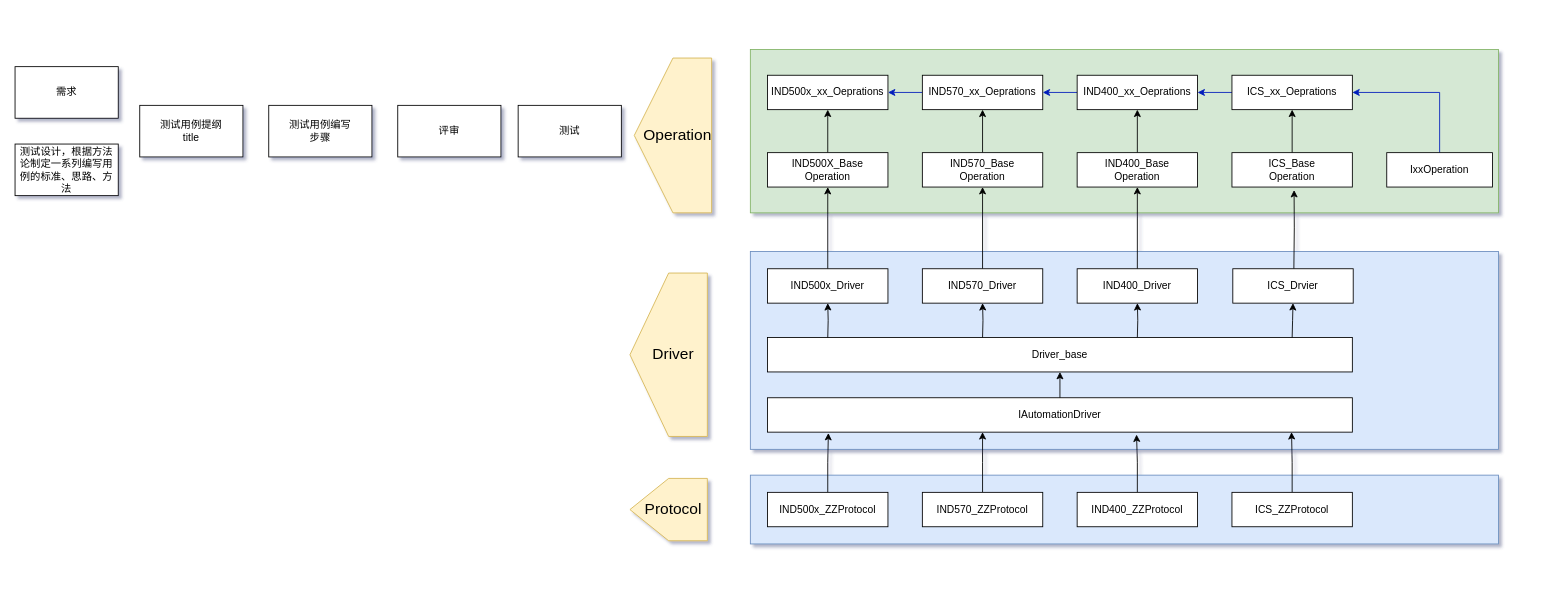
This is 未命名绘图.drawio from WindMoon111/hello_world, a draw.io file, before an edit. Source tidied: cells renumbered, new cells numbered last; positions are measured from the earlier drawing's top-left corner, leaving out a move shared by most shapes. Both pictures are drawn from the tidied source at 86%, with x=0, y=0 at pixel (15, 49).
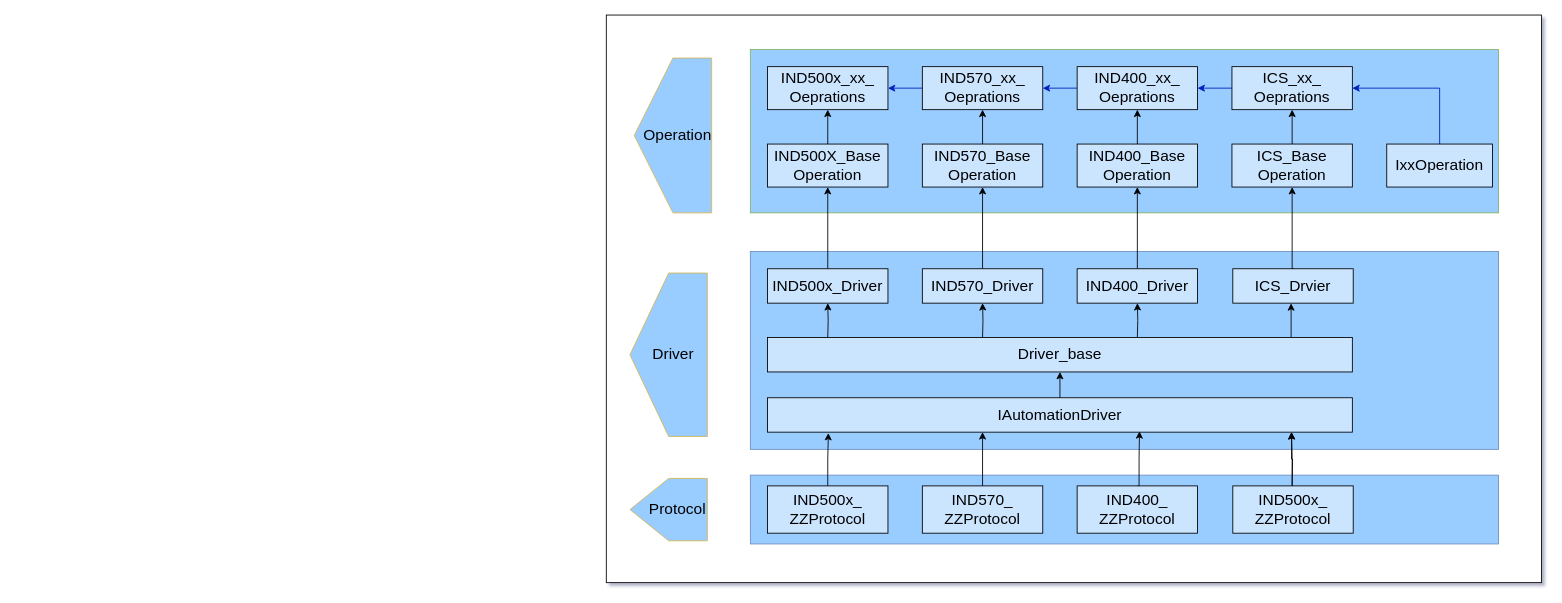
The same diagram, later.

Commit message:
更新未命名绘图.drawio

What changed in the source:
```diff
@@
+    <mxCell id="57" style="rounded=0;whiteSpace=wrap;html=1;" parent="1" vertex="1">
+      <mxGeometry x="687.5" y="-40" width="1087.5" height="660" as="geometry" />
+    </mxCell>
-    <mxCell id="2" style="rounded=0;whiteSpace=wrap;html=1;fillColor=#dae8fc;strokeColor=#6c8ebf;" parent="1" vertex="1">
+    <mxCell id="2" style="rounded=0;whiteSpace=wrap;html=1;fillColor=#99CCFF;strokeColor=#6c8ebf;" parent="1" vertex="1">
       <mxGeometry x="855" y="235" width="870" height="230" as="geometry" />
     </mxCell>
-    <mxCell id="3" style="rounded=0;whiteSpace=wrap;html=1;fillColor=#dae8fc;strokeColor=#6c8ebf;" parent="1" vertex="1">
+    <mxCell id="3" style="rounded=0;whiteSpace=wrap;html=1;fillColor=#99CCFF;strokeColor=#6c8ebf;" parent="1" vertex="1">
       <mxGeometry x="855" y="495" width="870" height="80" as="geometry" />
     </mxCell>
-    <mxCell id="4" style="rounded=0;whiteSpace=wrap;html=1;fillColor=#d5e8d4;strokeColor=#82b366;" parent="1" vertex="1">
+    <mxCell id="4" style="rounded=0;whiteSpace=wrap;html=1;fillColor=#99CCFF;strokeColor=#82b366;" parent="1" vertex="1">
       <mxGeometry x="855" width="870" height="190" as="geometry" />
     </mxCell>
@@
-    <mxCell id="6" value="IND500x_ZZProtocol" style="rounded=0;whiteSpace=wrap;html=1;" parent="1" vertex="1">
-      <mxGeometry x="875" y="515" width="140" height="40" as="geometry" />
+    <mxCell id="6" value="&lt;font style=&quot;font-size: 18px;&quot;&gt;IND500x_&lt;br&gt;ZZProtocol&lt;/font&gt;" style="rounded=0;whiteSpace=wrap;html=1;fillColor=#CCE5FF;" parent="1" vertex="1">
+      <mxGeometry x="875" y="507.5" width="140" height="55" as="geometry" />
     </mxCell>
-    <mxCell id="7" style="edgeStyle=orthogonalEdgeStyle;rounded=0;jettySize=auto;html=1;exitX=0.5;exitY=0;exitDx=0;exitDy=0;" parent="1" edge="1" source="8">
+    <mxCell id="7" style="edgeStyle=orthogonalEdgeStyle;rounded=0;orthogonalLoop=1;jettySize=auto;html=1;exitX=0.5;exitY=0;exitDx=0;exitDy=0;" parent="1" edge="1">
       <mxGeometry relative="1" as="geometry">
+        <mxPoint x="1125" y="507.5" as="sourcePoint" />
         <mxPoint x="1125" y="445" as="targetPoint" />
       </mxGeometry>
     </mxCell>
-    <mxCell id="8" value="IND570_ZZProtocol" style="rounded=0;whiteSpace=wrap;html=1;" parent="1" vertex="1">
-      <mxGeometry x="1055" y="515" width="140" height="40" as="geometry" />
-    </mxCell>
-    <mxCell id="9" style="edgeStyle=orthogonalEdgeStyle;rounded=0;jettySize=auto;html=1;exitX=0.5;exitY=0;exitDx=0;exitDy=0;entryX=0.631;entryY=1.071;entryDx=0;entryDy=0;entryPerimeter=0;" parent="1" edge="1" source="10" target="13">
-      <mxGeometry relative="1" as="geometry" />
+    <mxCell id="9" style="edgeStyle=orthogonalEdgeStyle;rounded=0;jettySize=auto;html=1;exitX=0.5;exitY=0;exitDx=0;exitDy=0;entryX=0.636;entryY=0.975;entryDx=0;entryDy=0;entryPerimeter=0;" parent="1" edge="1" target="13">
+      <mxGeometry relative="1" as="geometry">
+        <mxPoint x="1305" y="507.5" as="sourcePoint" />
+        <Array as="points">
+          <mxPoint x="1307" y="508" />
+          <mxPoint x="1307" y="476" />
+          <mxPoint x="1308" y="476" />
+        </Array>
+      </mxGeometry>
     </mxCell>
-    <mxCell id="10" value="IND400_ZZProtocol" style="rounded=0;whiteSpace=wrap;html=1;" parent="1" vertex="1">
-      <mxGeometry x="1235" y="515" width="140" height="40" as="geometry" />
-    </mxCell>
-    <mxCell id="11" style="edgeStyle=orthogonalEdgeStyle;rounded=0;jettySize=auto;html=1;exitX=0.5;exitY=0;exitDx=0;exitDy=0;entryX=0.896;entryY=1;entryDx=0;entryDy=0;entryPerimeter=0;" parent="1" edge="1" source="12" target="13">
-      <mxGeometry relative="1" as="geometry" />
+    <mxCell id="11" style="edgeStyle=orthogonalEdgeStyle;rounded=0;jettySize=auto;html=1;exitX=0.5;exitY=0;exitDx=0;exitDy=0;entryX=0.896;entryY=1;entryDx=0;entryDy=0;entryPerimeter=0;" parent="1" edge="1" target="13">
+      <mxGeometry relative="1" as="geometry">
+        <mxPoint x="1485" y="507.5" as="sourcePoint" />
+      </mxGeometry>
     </mxCell>
-    <mxCell id="12" value="ICS_ZZProtocol" style="rounded=0;whiteSpace=wrap;html=1;" parent="1" vertex="1">
-      <mxGeometry x="1415" y="515" width="140" height="40" as="geometry" />
-    </mxCell>
-    <mxCell id="13" value="IAutomationDriver" style="rounded=0;whiteSpace=wrap;html=1;" parent="1" vertex="1">
+    <mxCell id="13" value="&lt;font style=&quot;font-size: 18px;&quot;&gt;IAutomationDriver&lt;/font&gt;" style="rounded=0;whiteSpace=wrap;html=1;fillColor=#CCE5FF;" parent="1" vertex="1">
       <mxGeometry x="875" y="405" width="680" height="40" as="geometry" />
     </mxCell>
+    <mxCell id="58" style="edgeStyle=orthogonalEdgeStyle;rounded=0;jettySize=auto;html=1;fontSize=18;entryX=0.484;entryY=1.006;entryDx=0;entryDy=0;entryPerimeter=0;" parent="1" edge="1" source="14" target="25">
+      <mxGeometry relative="1" as="geometry">
+        <Array as="points">
+          <mxPoint x="1484" y="310" />
+        </Array>
+      </mxGeometry>
+    </mxCell>
-    <mxCell id="14" value="Driver_base" style="rounded=0;whiteSpace=wrap;html=1;" parent="1" vertex="1">
+    <mxCell id="14" value="&lt;font style=&quot;font-size: 18px;&quot;&gt;Driver_base&lt;/font&gt;" style="rounded=0;whiteSpace=wrap;html=1;fillColor=#CCE5FF;" parent="1" vertex="1">
       <mxGeometry x="875" y="335" width="680" height="40" as="geometry" />
     </mxCell>
@@
-    <mxCell id="17" style="edgeStyle=orthogonalEdgeStyle;rounded=0;jettySize=auto;html=1;exitX=0.5;exitY=0;exitDx=0;exitDy=0;entryX=0.5;entryY=1;entryDx=0;entryDy=0;" parent="1" edge="1" target="25">
-      <mxGeometry relative="1" as="geometry">
-        <mxPoint x="1485" y="335" as="sourcePoint" />
-      </mxGeometry>
-    </mxCell>
@@
-    <mxCell id="19" value="IND500x_Driver" style="rounded=0;whiteSpace=wrap;html=1;" parent="1" vertex="1">
+    <mxCell id="19" value="&lt;font style=&quot;font-size: 18px;&quot;&gt;IND500x_Driver&lt;/font&gt;" style="rounded=0;whiteSpace=wrap;html=1;fillColor=#CCE5FF;" parent="1" vertex="1">
       <mxGeometry x="875" y="255" width="140" height="40" as="geometry" />
     </mxCell>
@@
-    <mxCell id="21" value="IND570_Driver" style="rounded=0;whiteSpace=wrap;html=1;" parent="1" vertex="1">
+    <mxCell id="21" value="&lt;font style=&quot;font-size: 18px;&quot;&gt;IND570_Driver&lt;/font&gt;" style="rounded=0;whiteSpace=wrap;html=1;fillColor=#CCE5FF;" parent="1" vertex="1">
       <mxGeometry x="1055" y="255" width="140" height="40" as="geometry" />
     </mxCell>
@@
-    <mxCell id="23" value="IND400_Driver" style="rounded=0;whiteSpace=wrap;html=1;" parent="1" vertex="1">
+    <mxCell id="23" value="&lt;font style=&quot;font-size: 18px;&quot;&gt;IND400_Driver&lt;/font&gt;" style="rounded=0;whiteSpace=wrap;html=1;fillColor=#CCE5FF;" parent="1" vertex="1">
       <mxGeometry x="1235" y="255" width="140" height="40" as="geometry" />
     </mxCell>
-    <mxCell id="24" style="edgeStyle=orthogonalEdgeStyle;rounded=0;jettySize=auto;html=1;entryX=0.516;entryY=1.088;entryDx=0;entryDy=0;entryPerimeter=0;" parent="1" edge="1" target="33">
+    <mxCell id="24" style="edgeStyle=orthogonalEdgeStyle;rounded=0;jettySize=auto;html=1;" parent="1" edge="1" target="33">
       <mxGeometry relative="1" as="geometry">
         <mxPoint x="1487" y="255" as="sourcePoint" />
+        <Array as="points">
+          <mxPoint x="1485" y="255" />
+        </Array>
       </mxGeometry>
     </mxCell>
-    <mxCell id="25" value="ICS_Drvier" style="rounded=0;whiteSpace=wrap;html=1;" parent="1" vertex="1">
+    <mxCell id="25" value="&lt;font style=&quot;font-size: 18px;&quot;&gt;ICS_Drvier&lt;/font&gt;" style="rounded=0;whiteSpace=wrap;html=1;fillColor=#CCE5FF;" parent="1" vertex="1">
       <mxGeometry x="1416" y="255" width="140" height="40" as="geometry" />
     </mxCell>
@@
-    <mxCell id="27" value="IND500X_Base&lt;br&gt;Operation" style="rounded=0;whiteSpace=wrap;html=1;" parent="1" vertex="1">
-      <mxGeometry x="875" y="120" width="140" height="40" as="geometry" />
+    <mxCell id="27" value="&lt;font style=&quot;font-size: 18px;&quot;&gt;IND500X_Base&lt;br&gt;Operation&lt;/font&gt;" style="rounded=0;whiteSpace=wrap;html=1;fillColor=#CCE5FF;" parent="1" vertex="1">
+      <mxGeometry x="875" y="110" width="140" height="50" as="geometry" />
     </mxCell>
@@
-    <mxCell id="29" value="IND570_Base&lt;br&gt;Operation" style="rounded=0;whiteSpace=wrap;html=1;" parent="1" vertex="1">
-      <mxGeometry x="1055" y="120" width="140" height="40" as="geometry" />
+    <mxCell id="29" value="&lt;font style=&quot;font-size: 18px;&quot;&gt;IND570_Base&lt;br&gt;Operation&lt;/font&gt;" style="rounded=0;whiteSpace=wrap;html=1;fillColor=#CCE5FF;" parent="1" vertex="1">
+      <mxGeometry x="1055" y="110" width="140" height="50" as="geometry" />
     </mxCell>
@@
-    <mxCell id="31" value="IND400_Base&lt;br&gt;Operation" style="rounded=0;whiteSpace=wrap;html=1;" parent="1" vertex="1">
-      <mxGeometry x="1235" y="120" width="140" height="40" as="geometry" />
+    <mxCell id="31" value="&lt;font style=&quot;font-size: 18px;&quot;&gt;IND400_Base&lt;br&gt;Operation&lt;/font&gt;" style="rounded=0;whiteSpace=wrap;html=1;fillColor=#CCE5FF;" parent="1" vertex="1">
+      <mxGeometry x="1235" y="110" width="140" height="50" as="geometry" />
     </mxCell>
@@
-    <mxCell id="33" value="ICS_Base&lt;br&gt;Operation" style="rounded=0;whiteSpace=wrap;html=1;" parent="1" vertex="1">
-      <mxGeometry x="1415" y="120" width="140" height="40" as="geometry" />
+    <mxCell id="33" value="&lt;font style=&quot;font-size: 18px;&quot;&gt;ICS_Base&lt;br&gt;Operation&lt;/font&gt;" style="rounded=0;whiteSpace=wrap;html=1;fillColor=#CCE5FF;" parent="1" vertex="1">
+      <mxGeometry x="1415" y="110" width="140" height="50" as="geometry" />
     </mxCell>
@@
-    <mxCell id="35" value="IxxOperation" style="rounded=0;whiteSpace=wrap;html=1;" parent="1" vertex="1">
-      <mxGeometry x="1595" y="120" width="123" height="40" as="geometry" />
+    <mxCell id="35" value="&lt;font style=&quot;font-size: 18px;&quot;&gt;IxxOperation&lt;/font&gt;" style="rounded=0;whiteSpace=wrap;html=1;fillColor=#CCE5FF;" parent="1" vertex="1">
+      <mxGeometry x="1595" y="110" width="123" height="50" as="geometry" />
     </mxCell>
-    <mxCell id="36" value="IND500x_xx_Oeprations" style="rounded=0;whiteSpace=wrap;html=1;" parent="1" vertex="1">
-      <mxGeometry x="875" y="30" width="140" height="40" as="geometry" />
+    <mxCell id="36" value="&lt;font style=&quot;font-size: 18px;&quot;&gt;IND500x_xx_&lt;br&gt;Oeprations&lt;/font&gt;" style="rounded=0;whiteSpace=wrap;html=1;fillColor=#CCE5FF;" parent="1" vertex="1">
+      <mxGeometry x="875" y="20" width="140" height="50" as="geometry" />
     </mxCell>
@@
-    <mxCell id="38" value="IND570_xx_Oeprations" style="rounded=0;whiteSpace=wrap;html=1;" parent="1" vertex="1">
-      <mxGeometry x="1055" y="30" width="140" height="40" as="geometry" />
+    <mxCell id="38" value="&lt;font style=&quot;font-size: 18px;&quot;&gt;IND570_xx_&lt;br&gt;Oeprations&lt;/font&gt;" style="rounded=0;whiteSpace=wrap;html=1;fillColor=#CCE5FF;" parent="1" vertex="1">
+      <mxGeometry x="1055" y="20" width="140" height="50" as="geometry" />
     </mxCell>
@@
-    <mxCell id="40" value="IND400_xx_Oeprations" style="rounded=0;whiteSpace=wrap;html=1;" parent="1" vertex="1">
-      <mxGeometry x="1235" y="30" width="140" height="40" as="geometry" />
+    <mxCell id="40" value="&lt;font style=&quot;font-size: 18px;&quot;&gt;IND400_xx_&lt;br&gt;Oeprations&lt;/font&gt;" style="rounded=0;whiteSpace=wrap;html=1;fillColor=#CCE5FF;" parent="1" vertex="1">
+      <mxGeometry x="1235" y="20" width="140" height="50" as="geometry" />
     </mxCell>
@@
-    <mxCell id="42" value="ICS_xx_Oeprations" style="rounded=0;whiteSpace=wrap;html=1;" parent="1" vertex="1">
-      <mxGeometry x="1415" y="30" width="140" height="40" as="geometry" />
+    <mxCell id="42" value="&lt;font style=&quot;font-size: 18px;&quot;&gt;ICS_xx_&lt;br&gt;Oeprations&lt;/font&gt;" style="rounded=0;whiteSpace=wrap;html=1;fillColor=#CCE5FF;" parent="1" vertex="1">
+      <mxGeometry x="1415" y="20" width="140" height="50" as="geometry" />
     </mxCell>
-    <mxCell id="43" style="verticalLabelPosition=bottom;verticalAlign=top;html=1;shape=offPageConnector;rounded=0;size=0.5;fontSize=20;direction=south;fillColor=#fff2cc;strokeColor=#d6b656;" parent="1" vertex="1">
+    <mxCell id="43" style="verticalLabelPosition=bottom;verticalAlign=top;html=1;shape=offPageConnector;rounded=0;size=0.5;fontSize=20;direction=south;fillColor=#99CCFF;strokeColor=#d6b656;" parent="1" vertex="1">
       <mxGeometry x="720" y="10" width="90" height="180" as="geometry" />
     </mxCell>
@@
-    <mxCell id="47" style="verticalLabelPosition=bottom;verticalAlign=top;html=1;shape=offPageConnector;rounded=0;size=0.5;direction=south;fillColor=#fff2cc;strokeColor=#d6b656;" parent="1" vertex="1">
+    <mxCell id="47" style="verticalLabelPosition=bottom;verticalAlign=top;html=1;shape=offPageConnector;rounded=0;size=0.5;direction=south;fillColor=#99CCFF;strokeColor=#d6b656;" parent="1" vertex="1">
       <mxGeometry x="715" y="260" width="90" height="190" as="geometry" />
     </mxCell>
@@
-    <mxCell id="49" style="verticalLabelPosition=bottom;verticalAlign=top;html=1;shape=offPageConnector;rounded=0;size=0.5;direction=south;fillColor=#fff2cc;strokeColor=#d6b656;" parent="1" vertex="1">
+    <mxCell id="49" style="verticalLabelPosition=bottom;verticalAlign=top;html=1;shape=offPageConnector;rounded=0;size=0.5;direction=south;fillColor=#99CCFF;strokeColor=#d6b656;" parent="1" vertex="1">
       <mxGeometry x="715" y="498.8" width="90" height="72.5" as="geometry" />
     </mxCell>
-    <mxCell id="50" value="&lt;font style=&quot;font-size: 18px;&quot;&gt;Protocol&lt;/font&gt;" style="text;html=1;align=center;verticalAlign=middle;strokeColor=none;fillColor=none;" parent="1" vertex="1">
-      <mxGeometry x="720" y="515" width="90" height="40" as="geometry" />
+    <mxCell id="50" value="&lt;span style=&quot;font-size: 18px;&quot;&gt;Protocol&lt;/span&gt;" style="text;html=1;align=center;verticalAlign=middle;strokeColor=none;fillColor=none;" parent="1" vertex="1">
+      <mxGeometry x="725" y="515" width="90" height="40" as="geometry" />
     </mxCell>
-    <mxCell id="51" value="需求" style="rounded=0;whiteSpace=wrap;html=1;" parent="1" vertex="1">
-      <mxGeometry y="20" width="120" height="60" as="geometry" />
-    </mxCell>
-    <mxCell id="52" value="测试设计，根据方法论制定一系列编写用例的标准、思路、方法" style="rounded=0;whiteSpace=wrap;html=1;" parent="1" vertex="1">
-      <mxGeometry y="110" width="120" height="60" as="geometry" />
-    </mxCell>
-    <mxCell id="53" value="测试用例提纲&lt;br&gt;title" style="rounded=0;whiteSpace=wrap;html=1;" parent="1" vertex="1">
-      <mxGeometry x="145" y="65" width="120" height="60" as="geometry" />
-    </mxCell>
-    <mxCell id="54" value="测试用例编写&lt;br&gt;步骤" style="rounded=0;whiteSpace=wrap;html=1;" parent="1" vertex="1">
-      <mxGeometry x="295" y="65" width="120" height="60" as="geometry" />
-    </mxCell>
-    <mxCell id="55" value="评审" style="rounded=0;whiteSpace=wrap;html=1;" parent="1" vertex="1">
-      <mxGeometry x="445" y="65" width="120" height="60" as="geometry" />
-    </mxCell>
-    <mxCell id="56" value="测试" style="rounded=0;whiteSpace=wrap;html=1;" parent="1" vertex="1">
-      <mxGeometry x="585" y="65" width="120" height="60" as="geometry" />
-    </mxCell>
+    <mxCell id="59" value="&lt;font style=&quot;font-size: 18px;&quot;&gt;IND570_&lt;br&gt;ZZProtocol&lt;/font&gt;" style="rounded=0;whiteSpace=wrap;html=1;fillColor=#CCE5FF;" parent="1" vertex="1">
+      <mxGeometry x="1055" y="507.5" width="140" height="55" as="geometry" />
+    </mxCell>
+    <mxCell id="60" value="&lt;font style=&quot;font-size: 18px;&quot;&gt;IND400_&lt;br&gt;ZZProtocol&lt;/font&gt;" style="rounded=0;whiteSpace=wrap;html=1;fillColor=#CCE5FF;" parent="1" vertex="1">
+      <mxGeometry x="1235" y="507.5" width="140" height="55" as="geometry" />
+    </mxCell>
+    <mxCell id="61" value="&lt;font style=&quot;font-size: 18px;&quot;&gt;IND500x_&lt;br&gt;ZZProtocol&lt;/font&gt;" style="rounded=0;whiteSpace=wrap;html=1;fillColor=#CCE5FF;" parent="1" vertex="1">
+      <mxGeometry x="1416" y="507.5" width="140" height="55" as="geometry" />
+    </mxCell>
+    <mxCell id="62" style="edgeStyle=orthogonalEdgeStyle;rounded=0;jettySize=auto;html=1;exitX=0.5;exitY=0;exitDx=0;exitDy=0;entryX=0.896;entryY=1;entryDx=0;entryDy=0;entryPerimeter=0;" parent="1" edge="1" target="13">
+      <mxGeometry relative="1" as="geometry">
+        <mxPoint x="1485" y="507.5" as="sourcePoint" />
+        <Array as="points">
+          <mxPoint x="1485" y="476" />
+          <mxPoint x="1484" y="476" />
+        </Array>
+      </mxGeometry>
+    </mxCell>
```
